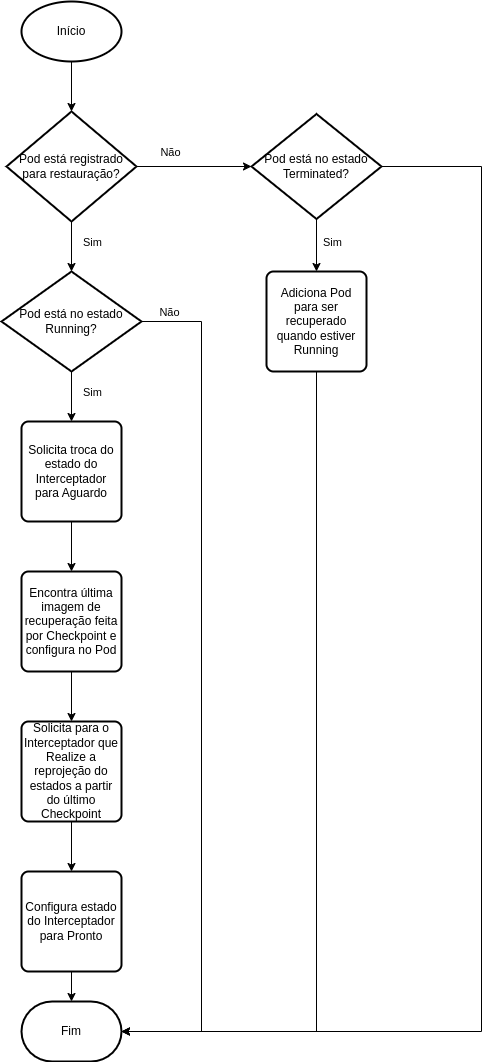
The draw.io diagram images/restore-pod-criu.png in GianOrtiz/tcc, before a commit. Source tidied: cells renumbered, new cells last; positions are measured from the earlier drawing's top-left corner, leaving out a move shared by most shapes.
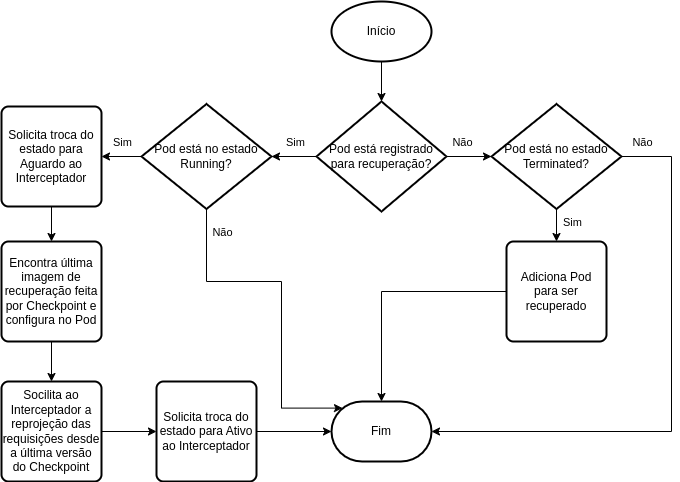
Later version of the same file.

Change to the diagram source:
```diff
@@ -2,110 +2,112 @@
   <root>
     <mxCell id="0" />
     <mxCell id="1" parent="0" />
-    <mxCell id="2" style="edgeStyle=orthogonalEdgeStyle;rounded=0;jettySize=auto;html=1;" parent="1" edge="1" source="3" target="4">
-      <mxGeometry relative="1" as="geometry" />
-    </mxCell>
     <mxCell id="3" value="Início" style="strokeWidth=2;html=1;shape=mxgraph.flowchart.start_1;whiteSpace=wrap;" parent="1" vertex="1">
-      <mxGeometry x="20" width="100" height="60" as="geometry" />
+      <mxGeometry x="60" y="-40" width="100" height="60" as="geometry" />
     </mxCell>
-    <mxCell id="4" value="Pod está registrado para restauração?" style="strokeWidth=2;html=1;shape=mxgraph.flowchart.decision;whiteSpace=wrap;" parent="1" vertex="1">
-      <mxGeometry x="5" y="110" width="130" height="110" as="geometry" />
-    </mxCell>
-    <mxCell id="5" style="edgeStyle=orthogonalEdgeStyle;rounded=0;jettySize=auto;html=1;" parent="1" edge="1" source="9" target="13">
-      <mxGeometry relative="1" as="geometry" />
-    </mxCell>
-    <mxCell id="6" value="Sim" style="edgeLabel;html=1;align=center;verticalAlign=middle;" parent="5" vertex="1">
-      <mxGeometry x="0.24" y="-1" relative="1" as="geometry">
-        <mxPoint x="21" y="-11" as="offset" />
-      </mxGeometry>
-    </mxCell>
+    <mxCell id="29" style="edgeStyle=orthogonalEdgeStyle;rounded=0;jettySize=auto;html=1;" parent="1" edge="1" source="31" target="9">
+      <mxGeometry relative="1" as="geometry" />
+    </mxCell>
+    <mxCell id="30" value="Sim" style="edgeLabel;html=1;align=center;verticalAlign=middle;" parent="29" vertex="1">
+      <mxGeometry x="-0.02" y="3" relative="1" as="geometry">
+        <mxPoint y="-18" as="offset" />
+      </mxGeometry>
+    </mxCell>
+    <mxCell id="31" value="Pod está registrado para recuperação?" style="strokeWidth=2;html=1;shape=mxgraph.flowchart.decision;whiteSpace=wrap;" parent="1" vertex="1">
+      <mxGeometry x="45" y="60" width="130" height="110" as="geometry" />
+    </mxCell>
+    <mxCell id="32" style="edgeStyle=orthogonalEdgeStyle;rounded=0;jettySize=auto;html=1;entryX=0.5;entryY=0;entryDx=0;entryDy=0;entryPerimeter=0;" parent="1" edge="1" source="3" target="31">
+      <mxGeometry relative="1" as="geometry" />
+    </mxCell>
+    <mxCell id="33" style="edgeStyle=orthogonalEdgeStyle;rounded=0;jettySize=auto;html=1;entryX=0.5;entryY=0;entryDx=0;entryDy=0;" parent="1" edge="1" source="22" target="43">
+      <mxGeometry relative="1" as="geometry" />
+    </mxCell>
+    <mxCell id="34" value="Sim" style="edgeLabel;html=1;align=center;verticalAlign=middle;" parent="33" vertex="1">
+      <mxGeometry x="0.28" y="-1" relative="1" as="geometry">
+        <mxPoint x="16" y="-2" as="offset" />
+      </mxGeometry>
+    </mxCell>
+    <mxCell id="22" value="Pod está no estado Terminated?" style="strokeWidth=2;html=1;shape=mxgraph.flowchart.decision;whiteSpace=wrap;" parent="1" vertex="1">
+      <mxGeometry x="220" y="62.5" width="130" height="105" as="geometry" />
+    </mxCell>
+    <mxCell id="35" style="edgeStyle=orthogonalEdgeStyle;rounded=0;jettySize=auto;html=1;entryX=0;entryY=0.5;entryDx=0;entryDy=0;entryPerimeter=0;" parent="1" edge="1" source="31" target="22">
+      <mxGeometry relative="1" as="geometry" />
+    </mxCell>
+    <mxCell id="36" value="Não" style="edgeLabel;html=1;align=center;verticalAlign=middle;" parent="35" vertex="1">
+      <mxGeometry x="0.11" y="-4" relative="1" as="geometry">
+        <mxPoint x="-10" y="-19" as="offset" />
+      </mxGeometry>
+    </mxCell>
+    <mxCell id="37" style="edgeStyle=orthogonalEdgeStyle;rounded=0;jettySize=auto;html=1;entryX=1;entryY=0.5;entryDx=0;entryDy=0;" parent="1" edge="1" source="9" target="40">
+      <mxGeometry relative="1" as="geometry" />
+    </mxCell>
+    <mxCell id="38" value="Sim" style="edgeLabel;html=1;align=center;verticalAlign=middle;" parent="37" vertex="1">
+      <mxGeometry x="0.2" y="1" relative="1" as="geometry">
+        <mxPoint x="4" y="-16" as="offset" />
+      </mxGeometry>
+    </mxCell>
+    <mxCell id="9" value="Pod está no estado Running?" style="strokeWidth=2;html=1;shape=mxgraph.flowchart.decision;whiteSpace=wrap;" parent="1" vertex="1">
+      <mxGeometry x="-130" y="62.5" width="130" height="105" as="geometry" />
+    </mxCell>
+    <mxCell id="39" style="edgeStyle=orthogonalEdgeStyle;rounded=0;jettySize=auto;html=1;entryX=0.5;entryY=0;entryDx=0;entryDy=0;" parent="1" edge="1" source="40" target="15">
+      <mxGeometry relative="1" as="geometry" />
+    </mxCell>
+    <mxCell id="40" value="Solicita troca do estado para Aguardo ao Interceptador" style="rounded=1;whiteSpace=wrap;html=1;absoluteArcSize=1;arcSize=14;strokeWidth=2;" parent="1" vertex="1">
+      <mxGeometry x="-270" y="65" width="100" height="100" as="geometry" />
+    </mxCell>
+    <mxCell id="41" style="edgeStyle=orthogonalEdgeStyle;rounded=0;jettySize=auto;html=1;" parent="1" edge="1" source="15" target="47">
+      <mxGeometry relative="1" as="geometry" />
+    </mxCell>
+    <mxCell id="15" value="Encontra última imagem de recuperação feita por Checkpoint e configura no Pod" style="rounded=1;whiteSpace=wrap;html=1;absoluteArcSize=1;arcSize=14;strokeWidth=2;" parent="1" vertex="1">
+      <mxGeometry x="-270" y="200" width="100" height="100" as="geometry" />
+    </mxCell>
+    <mxCell id="42" style="edgeStyle=orthogonalEdgeStyle;rounded=0;jettySize=auto;html=1;" parent="1" edge="1" source="43" target="18">
+      <mxGeometry relative="1" as="geometry" />
+    </mxCell>
+    <mxCell id="43" value="Adiciona Pod para ser recuperado" style="rounded=1;whiteSpace=wrap;html=1;absoluteArcSize=1;arcSize=14;strokeWidth=2;" parent="1" vertex="1">
+      <mxGeometry x="235" y="200" width="100" height="100" as="geometry" />
+    </mxCell>
+    <mxCell id="44" style="edgeStyle=orthogonalEdgeStyle;rounded=0;jettySize=auto;html=1;" parent="1" edge="1" source="45" target="18">
+      <mxGeometry relative="1" as="geometry" />
+    </mxCell>
+    <mxCell id="45" value="Solicita troca do estado para Ativo ao Interceptador" style="rounded=1;whiteSpace=wrap;html=1;absoluteArcSize=1;arcSize=14;strokeWidth=2;" parent="1" vertex="1">
+      <mxGeometry x="-115" y="340" width="100" height="100" as="geometry" />
+    </mxCell>
+    <mxCell id="46" style="edgeStyle=orthogonalEdgeStyle;rounded=0;jettySize=auto;html=1;" parent="1" edge="1" source="47" target="45">
+      <mxGeometry relative="1" as="geometry" />
+    </mxCell>
+    <mxCell id="47" value="Socilita ao Interceptador a reprojeção das requisições desde a última versão do Checkpoint" style="rounded=1;whiteSpace=wrap;html=1;absoluteArcSize=1;arcSize=14;strokeWidth=2;" parent="1" vertex="1">
+      <mxGeometry x="-270" y="340" width="100" height="100" as="geometry" />
+    </mxCell>
+    <mxCell id="18" value="Fim" style="strokeWidth=2;html=1;shape=mxgraph.flowchart.terminator;whiteSpace=wrap;" parent="1" vertex="1">
+      <mxGeometry x="60" y="360" width="100" height="60" as="geometry" />
+    </mxCell>
-    <mxCell id="7" style="edgeStyle=orthogonalEdgeStyle;rounded=0;jettySize=auto;html=1;entryX=1;entryY=0.5;entryDx=0;entryDy=0;entryPerimeter=0;" parent="1" edge="1" source="9" target="18">
+    <mxCell id="7" style="edgeStyle=orthogonalEdgeStyle;rounded=0;jettySize=auto;html=1;entryX=0.11;entryY=0.11;entryDx=0;entryDy=0;entryPerimeter=0;" parent="1" edge="1" source="9" target="18">
       <mxGeometry relative="1" as="geometry">
         <Array as="points">
-          <mxPoint x="200" y="320" />
-          <mxPoint x="200" y="1030" />
+          <mxPoint x="-65" y="240" />
+          <mxPoint x="10" y="240" />
+          <mxPoint x="10" y="367" />
         </Array>
       </mxGeometry>
     </mxCell>
-    <mxCell id="8" value="Não" style="edgeLabel;html=1;align=center;verticalAlign=middle;" parent="7" vertex="1">
-      <mxGeometry x="-0.89" y="3" relative="1" as="geometry">
-        <mxPoint x="-21" y="-7" as="offset" />
-      </mxGeometry>
-    </mxCell>
-    <mxCell id="9" value="Pod está no estado&lt;br&gt;Running?" style="strokeWidth=2;html=1;shape=mxgraph.flowchart.decision;whiteSpace=wrap;" parent="1" vertex="1">
-      <mxGeometry y="270" width="140" height="100" as="geometry" />
-    </mxCell>
-    <mxCell id="10" style="edgeStyle=orthogonalEdgeStyle;rounded=0;jettySize=auto;html=1;entryX=0.5;entryY=0;entryDx=0;entryDy=0;entryPerimeter=0;" parent="1" edge="1" source="4" target="9">
-      <mxGeometry relative="1" as="geometry" />
-    </mxCell>
-    <mxCell id="11" value="Sim" style="edgeLabel;html=1;align=center;verticalAlign=middle;" parent="10" vertex="1">
-      <mxGeometry x="-0.12" y="1" relative="1" as="geometry">
-        <mxPoint x="19" y="-2" as="offset" />
-      </mxGeometry>
-    </mxCell>
-    <mxCell id="12" style="edgeStyle=orthogonalEdgeStyle;rounded=0;jettySize=auto;html=1;" parent="1" edge="1" source="13" target="15">
-      <mxGeometry relative="1" as="geometry" />
-    </mxCell>
-    <mxCell id="13" value="Solicita troca do estado do Interceptador para Aguardo" style="rounded=1;whiteSpace=wrap;html=1;absoluteArcSize=1;arcSize=14;strokeWidth=2;" parent="1" vertex="1">
-      <mxGeometry x="20" y="420" width="100" height="100" as="geometry" />
-    </mxCell>
-    <mxCell id="14" style="edgeStyle=orthogonalEdgeStyle;rounded=0;jettySize=auto;html=1;entryX=0.5;entryY=0;entryDx=0;entryDy=0;" parent="1" edge="1" source="15" target="17">
-      <mxGeometry relative="1" as="geometry" />
-    </mxCell>
-    <mxCell id="15" value="Encontra última imagem de recuperação feita por Checkpoint e configura no Pod" style="rounded=1;whiteSpace=wrap;html=1;absoluteArcSize=1;arcSize=14;strokeWidth=2;" parent="1" vertex="1">
-      <mxGeometry x="20" y="570" width="100" height="100" as="geometry" />
-    </mxCell>
-    <mxCell id="16" style="edgeStyle=orthogonalEdgeStyle;rounded=0;jettySize=auto;html=1;entryX=0.5;entryY=0;entryDx=0;entryDy=0;" parent="1" edge="1" source="17" target="28">
-      <mxGeometry relative="1" as="geometry" />
-    </mxCell>
-    <mxCell id="17" value="Solicita para o Interceptador que Realize a reprojeção do estados a partir do último Checkpoint" style="rounded=1;whiteSpace=wrap;html=1;absoluteArcSize=1;arcSize=14;strokeWidth=2;" parent="1" vertex="1">
-      <mxGeometry x="20" y="720" width="100" height="100" as="geometry" />
-    </mxCell>
-    <mxCell id="18" value="Fim" style="strokeWidth=2;html=1;shape=mxgraph.flowchart.terminator;whiteSpace=wrap;" parent="1" vertex="1">
-      <mxGeometry x="20" y="1000" width="100" height="60" as="geometry" />
-    </mxCell>
+    <mxCell id="48" value="Não" style="edgeLabel;html=1;align=center;verticalAlign=middle;" parent="7" vertex="1">
+      <mxGeometry x="-0.82" y="2" relative="1" as="geometry">
+        <mxPoint x="13" y="-7" as="offset" />
+      </mxGeometry>
+    </mxCell>
     <mxCell id="19" style="edgeStyle=orthogonalEdgeStyle;rounded=0;jettySize=auto;html=1;entryX=1;entryY=0.5;entryDx=0;entryDy=0;entryPerimeter=0;" parent="1" edge="1" source="22" target="18">
       <mxGeometry relative="1" as="geometry">
         <Array as="points">
-          <mxPoint x="480" y="165" />
-          <mxPoint x="480" y="1030" />
+          <mxPoint x="400" y="115" />
+          <mxPoint x="400" y="390" />
         </Array>
       </mxGeometry>
     </mxCell>
-    <mxCell id="20" style="edgeStyle=orthogonalEdgeStyle;rounded=0;jettySize=auto;html=1;" parent="1" edge="1" source="22" target="26">
-      <mxGeometry relative="1" as="geometry" />
-    </mxCell>
-    <mxCell id="21" value="Sim" style="edgeLabel;html=1;align=center;verticalAlign=middle;" parent="20" vertex="1">
-      <mxGeometry x="-0.14" y="-4" relative="1" as="geometry">
-        <mxPoint x="19" y="1" as="offset" />
-      </mxGeometry>
-    </mxCell>
-    <mxCell id="22" value="Pod está no estado Terminated?" style="strokeWidth=2;html=1;shape=mxgraph.flowchart.decision;whiteSpace=wrap;" parent="1" vertex="1">
-      <mxGeometry x="250" y="112.5" width="130" height="105" as="geometry" />
-    </mxCell>
-    <mxCell id="23" style="edgeStyle=orthogonalEdgeStyle;rounded=0;jettySize=auto;html=1;entryX=0;entryY=0.5;entryDx=0;entryDy=0;entryPerimeter=0;" parent="1" edge="1" source="4" target="22">
-      <mxGeometry relative="1" as="geometry" />
-    </mxCell>
-    <mxCell id="24" value="Não" style="edgeLabel;html=1;align=center;verticalAlign=middle;" parent="23" vertex="1">
-      <mxGeometry x="-0.66" relative="1" as="geometry">
-        <mxPoint x="14" y="-15" as="offset" />
-      </mxGeometry>
-    </mxCell>
-    <mxCell id="25" style="edgeStyle=orthogonalEdgeStyle;rounded=0;jettySize=auto;html=1;entryX=1;entryY=0.5;entryDx=0;entryDy=0;entryPerimeter=0;" parent="1" edge="1" source="26" target="18">
-      <mxGeometry relative="1" as="geometry">
-        <Array as="points">
-          <mxPoint x="315" y="1030" />
-        </Array>
-      </mxGeometry>
-    </mxCell>
-    <mxCell id="26" value="Adiciona Pod para ser recuperado quando estiver Running" style="rounded=1;whiteSpace=wrap;html=1;absoluteArcSize=1;arcSize=14;strokeWidth=2;" parent="1" vertex="1">
-      <mxGeometry x="265" y="270" width="100" height="100" as="geometry" />
-    </mxCell>
-    <mxCell id="27" style="edgeStyle=orthogonalEdgeStyle;rounded=0;jettySize=auto;html=1;" parent="1" edge="1" source="28" target="18">
-      <mxGeometry relative="1" as="geometry" />
-    </mxCell>
-    <mxCell id="28" value="Configura estado do Interceptador para Pronto" style="rounded=1;whiteSpace=wrap;html=1;absoluteArcSize=1;arcSize=14;strokeWidth=2;" parent="1" vertex="1">
-      <mxGeometry x="20" y="870" width="100" height="100" as="geometry" />
-    </mxCell>
+    <mxCell id="49" value="Não" style="edgeLabel;html=1;align=center;verticalAlign=middle;" parent="19" vertex="1">
+      <mxGeometry x="-0.87" y="2" relative="1" as="geometry">
+        <mxPoint x="-16" y="-13" as="offset" />
+      </mxGeometry>
+    </mxCell>
   </root>
 </mxGraphModel>
```
